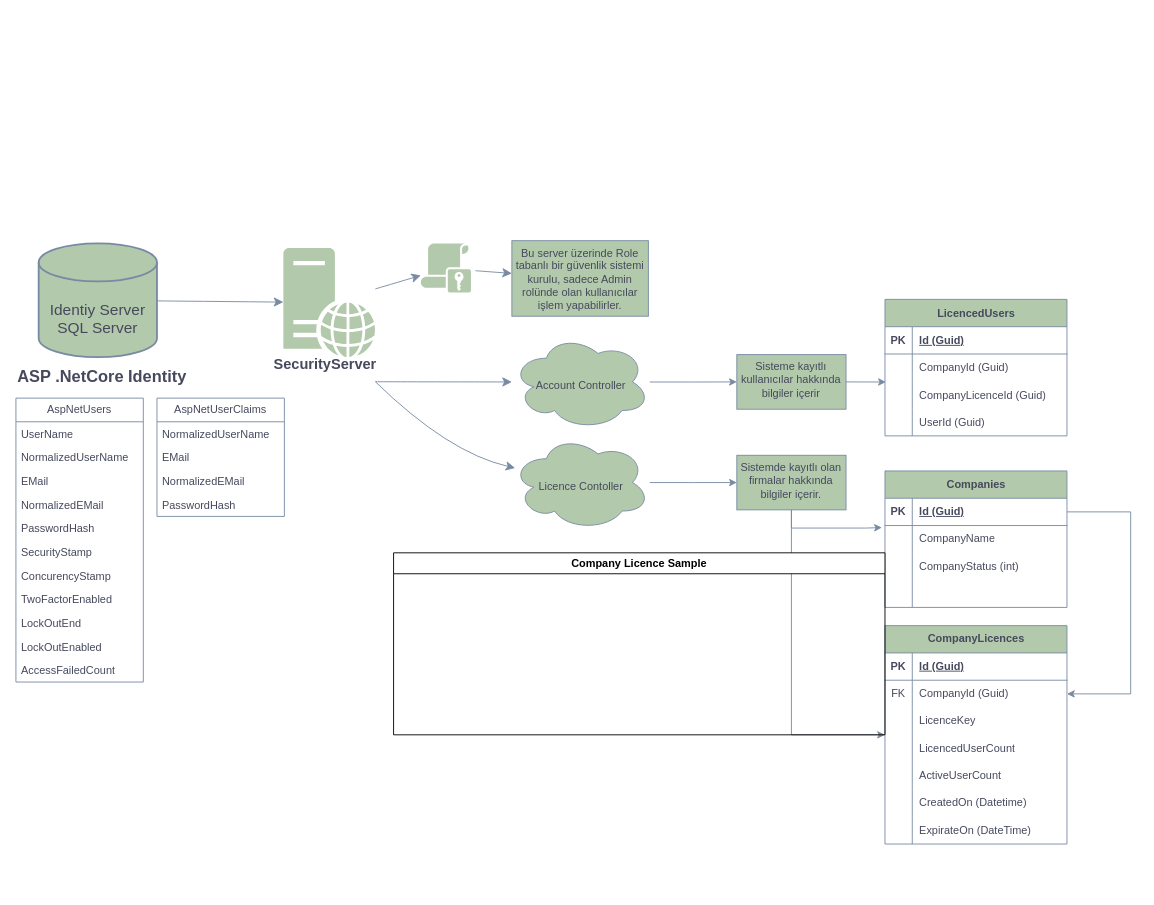
This is Başlıksız Diyagram.drawio from gvardal/drawio, a draw.io file, before an edit. Source tidied: cells renumbered, new cells numbered last; positions are measured from the earlier drawing's top-left corner, leaving out a move shared by most shapes. Both pictures are drawn from the tidied source at 91%, with x=0, y=0 at pixel (15, 240).
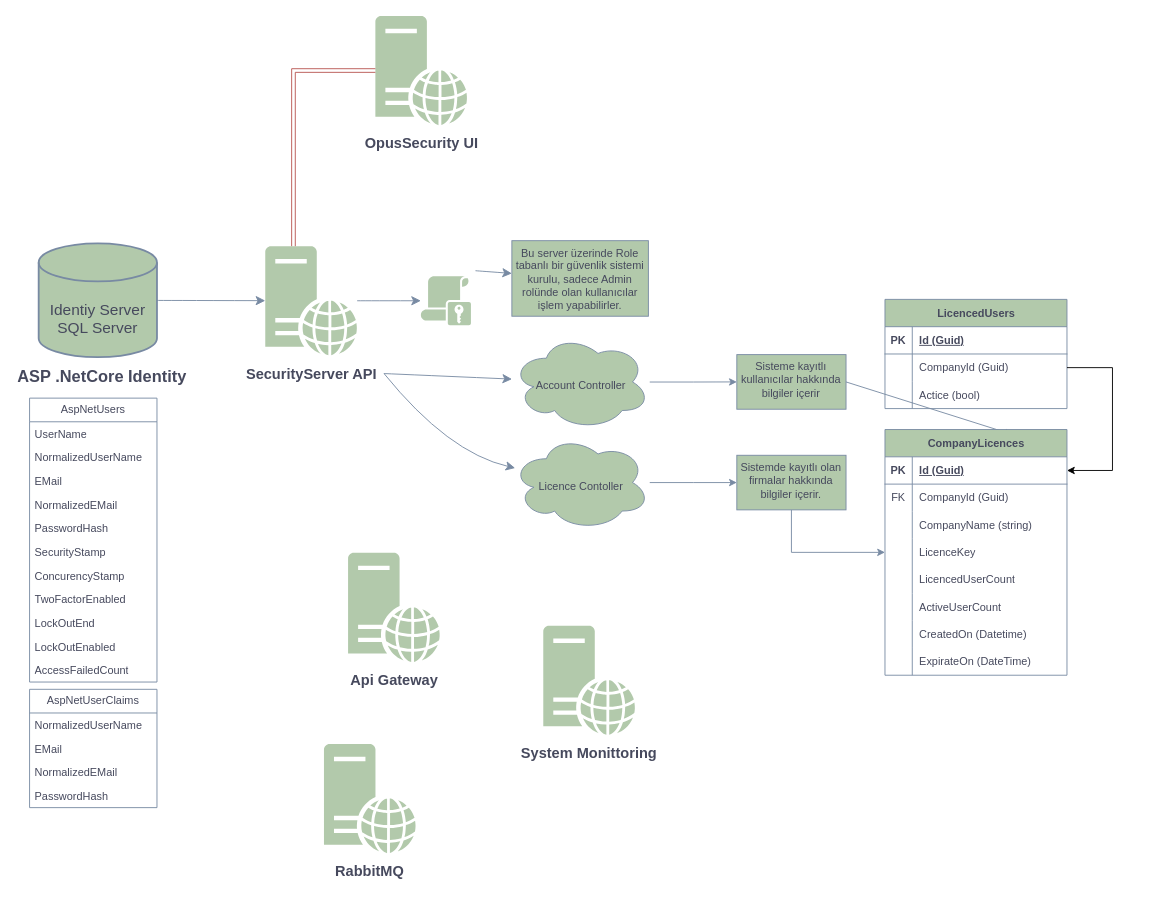
The same diagram, later.

Unchanged cells that the change refers to:
```xml
<mxCell id="31" value="&lt;div&gt;&lt;br&gt;&lt;/div&gt;&lt;div&gt;&lt;br&gt;&lt;/div&gt;&lt;div&gt;&lt;br&gt;&lt;/div&gt;&lt;div&gt;Account Controller&lt;/div&gt;" style="ellipse;shape=cloud;whiteSpace=wrap;html=1;verticalAlign=top;fillColor=#B2C9AB;strokeColor=#788AA3;sketch=0;shadow=0;dashed=0;labelBackgroundColor=none;fontColor=#46495D;" parent="1" vertex="1">
  <mxGeometry x="545" y="103" width="151.5" height="104.5" as="geometry" />
</mxCell>
<mxCell id="33" value="&lt;div&gt;&lt;br&gt;&lt;/div&gt;&lt;div&gt;&lt;br&gt;&lt;/div&gt;&lt;div&gt;&lt;br&gt;&lt;/div&gt;&lt;div&gt;Licence Contoller&lt;/div&gt;" style="ellipse;shape=cloud;whiteSpace=wrap;html=1;verticalAlign=top;fillColor=#B2C9AB;strokeColor=#788AA3;sketch=0;shadow=0;dashed=0;labelBackgroundColor=none;fontColor=#46495D;" parent="1" vertex="1">
  <mxGeometry x="545" y="213.5" width="151.5" height="104.5" as="geometry" />
</mxCell>
<mxCell id="34" value="Sisteme kayıtlı kullanıcılar hakkında bilgiler içerir" style="whiteSpace=wrap;html=1;verticalAlign=top;fillColor=#B2C9AB;strokeColor=#788AA3;fontColor=#46495D;sketch=0;shadow=0;dashed=0;labelBackgroundColor=none;" parent="1" vertex="1">
  <mxGeometry x="792.2" y="125.2" width="120" height="60" as="geometry" />
</mxCell>
<mxCell id="37" value="Sistemde kayıtlı olan firmalar hakkında bilgiler içerir." style="whiteSpace=wrap;html=1;verticalAlign=top;fillColor=#B2C9AB;strokeColor=#788AA3;fontColor=#46495D;sketch=0;shadow=0;dashed=0;labelBackgroundColor=none;" parent="1" vertex="1">
  <mxGeometry x="792.2" y="235.8" width="120" height="60" as="geometry" />
</mxCell>
<mxCell id="55" style="shape=tableRow;horizontal=0;startSize=0;swimlaneHead=0;swimlaneBody=0;fillColor=none;points=[[0,0.5],[1,0.5]];portConstraint=eastwest;top=0;left=0;right=0;bottom=0;labelBackgroundColor=none;strokeColor=#788AA3;fontColor=#46495D;" parent="51" vertex="1">
  <mxGeometry y="60" width="200" height="30" as="geometry" />
</mxCell>
<mxCell id="67" style="shape=tableRow;horizontal=0;startSize=0;swimlaneHead=0;swimlaneBody=0;fillColor=none;points=[[0,0.5],[1,0.5]];portConstraint=eastwest;top=0;left=0;right=0;bottom=1;labelBackgroundColor=none;strokeColor=#788AA3;fontColor=#46495D;" parent="66" vertex="1">
  <mxGeometry y="30" width="200" height="30" as="geometry" />
</mxCell>
<mxCell id="70" style="shape=tableRow;horizontal=0;startSize=0;swimlaneHead=0;swimlaneBody=0;fillColor=none;points=[[0,0.5],[1,0.5]];portConstraint=eastwest;top=0;left=0;right=0;bottom=0;labelBackgroundColor=none;strokeColor=#788AA3;fontColor=#46495D;" parent="66" vertex="1">
  <mxGeometry y="60" width="200" height="30" as="geometry" />
</mxCell>
```

Change to the diagram source:
```diff
@@
     <mxCell id="5" value="AspNetUsers" style="swimlane;fontStyle=0;horizontal=1;startSize=26;fillColor=none;whiteSpace=wrap;html=1;comic=0;labelBackgroundColor=none;strokeColor=#788AA3;fontColor=#46495D;" parent="1" vertex="1">
-      <mxGeometry y="173" width="140" height="312" as="geometry" />
+      <mxGeometry x="15" y="173" width="140" height="312" as="geometry" />
     </mxCell>
@@
     <mxCell id="17" value="AspNetUserClaims" style="swimlane;fontStyle=0;horizontal=1;startSize=26;fillColor=none;whiteSpace=wrap;html=1;comic=0;labelBackgroundColor=none;strokeColor=#788AA3;fontColor=#46495D;" parent="1" vertex="1">
-      <mxGeometry x="155" y="173" width="140" height="130" as="geometry" />
+      <mxGeometry x="15" y="493" width="140" height="130" as="geometry" />
     </mxCell>
@@
-    <mxCell id="22" value="SecurityServer" style="text;strokeColor=none;fillColor=none;html=1;align=center;verticalAlign=middle;whiteSpace=wrap;rounded=0;fontSize=16;fontStyle=1;labelBackgroundColor=none;fontColor=#46495D;" parent="1" vertex="1">
-      <mxGeometry x="285" y="115" width="110" height="40" as="geometry" />
-    </mxCell>
@@
-    <mxCell id="24" style="sketch=0;shadow=0;dashed=0;html=1;strokeColor=none;fillColor=#B2C9AB;labelPosition=center;verticalLabelPosition=bottom;verticalAlign=top;outlineConnect=0;align=center;shape=mxgraph.office.servers.web_server;labelBackgroundColor=none;fontColor=#46495D;" parent="1" vertex="1">
-      <mxGeometry x="293.9" y="8" width="101" height="120" as="geometry" />
-    </mxCell>
@@
     <mxCell id="26" style="sketch=0;shadow=0;dashed=0;html=1;strokeColor=none;fillColor=#B2C9AB;labelPosition=center;verticalLabelPosition=bottom;verticalAlign=top;outlineConnect=0;align=center;shape=mxgraph.office.security.role_assignment_policy;labelBackgroundColor=none;fontColor=#46495D;" parent="1" vertex="1">
-      <mxGeometry x="445" y="3" width="55" height="54" as="geometry" />
+      <mxGeometry x="445" y="39" width="55" height="54" as="geometry" />
     </mxCell>
@@
-    <mxCell id="28" style="edgeStyle=none;curved=1;rounded=0;jettySize=auto;html=1;fontSize=12;startSize=8;endSize=8;exitX=1;exitY=1;exitDx=0;exitDy=0;labelBackgroundColor=none;strokeColor=#788AA3;fontColor=default;" parent="1" edge="1" source="22" target="31">
+    <mxCell id="28" style="edgeStyle=none;curved=1;rounded=0;jettySize=auto;html=1;fontSize=12;startSize=8;endSize=8;labelBackgroundColor=none;strokeColor=#788AA3;fontColor=default;exitX=1;exitY=0.5;exitDx=0;exitDy=0;" parent="1" edge="1" source="22" target="31">
       <mxGeometry relative="1" as="geometry" />
     </mxCell>
-    <mxCell id="29" style="edgeStyle=none;curved=1;rounded=0;jettySize=auto;html=1;fontSize=12;startSize=8;endSize=8;exitX=1;exitY=1;exitDx=0;exitDy=0;labelBackgroundColor=none;strokeColor=#788AA3;fontColor=default;" parent="1" edge="1" source="22" target="33">
+    <mxCell id="29" style="edgeStyle=none;curved=1;rounded=0;jettySize=auto;html=1;fontSize=12;startSize=8;endSize=8;labelBackgroundColor=none;strokeColor=#788AA3;fontColor=default;exitX=1;exitY=0.5;exitDx=0;exitDy=0;" parent="1" edge="1" source="22" target="33">
       <mxGeometry relative="1" as="geometry">
         <Array as="points">
           <mxPoint x="475" y="233" />
         </Array>
       </mxGeometry>
     </mxCell>
@@
-    <mxCell id="35" style="edgeStyle=orthogonalEdgeStyle;rounded=0;jettySize=auto;html=1;strokeColor=#788AA3;fontColor=default;fillColor=#B2C9AB;entryX=-0.017;entryY=0.075;entryDx=0;entryDy=0;entryPerimeter=0;labelBackgroundColor=none;" parent="1" edge="1" source="37" target="42">
-      <mxGeometry relative="1" as="geometry" />
-    </mxCell>
@@
-    <mxCell id="38" value="Companies" style="shape=table;startSize=30;childLayout=tableLayout;rowLines=0;fontStyle=1;align=center;html=1;labelBackgroundColor=none;fillColor=#B2C9AB;strokeColor=#788AA3;fontColor=#46495D;" parent="1" vertex="1">
-      <mxGeometry x="955" y="253" width="200" height="150" as="geometry" />
-    </mxCell>
-    <mxCell id="39" style="shape=tableRow;horizontal=0;startSize=0;swimlaneHead=0;swimlaneBody=0;fillColor=none;points=[[0,0.5],[1,0.5]];portConstraint=eastwest;top=0;left=0;right=0;bottom=1;labelBackgroundColor=none;strokeColor=#788AA3;fontColor=#46495D;" parent="38" vertex="1">
-      <mxGeometry y="30" width="200" height="30" as="geometry" />
-    </mxCell>
-    <mxCell id="40" value="PK" style="shape=partialRectangle;fillColor=none;top=0;left=0;bottom=0;right=0;fontStyle=1;overflow=hidden;whiteSpace=wrap;html=1;labelBackgroundColor=none;strokeColor=#788AA3;fontColor=#46495D;" parent="39" vertex="1">
-      <mxGeometry width="30" height="30" as="geometry" />
-    </mxCell>
-    <mxCell id="41" value="Id (Guid)" style="shape=partialRectangle;fillColor=none;top=0;left=0;bottom=0;right=0;align=left;spacingLeft=6;fontStyle=5;overflow=hidden;whiteSpace=wrap;html=1;labelBackgroundColor=none;strokeColor=#788AA3;fontColor=#46495D;" parent="39" vertex="1">
-      <mxGeometry x="30" width="170" height="30" as="geometry" />
-    </mxCell>
-    <mxCell id="42" style="shape=tableRow;horizontal=0;startSize=0;swimlaneHead=0;swimlaneBody=0;fillColor=none;points=[[0,0.5],[1,0.5]];portConstraint=eastwest;top=0;left=0;right=0;bottom=0;labelBackgroundColor=none;strokeColor=#788AA3;fontColor=#46495D;" parent="38" vertex="1">
-      <mxGeometry y="60" width="200" height="30" as="geometry" />
-    </mxCell>
-    <mxCell id="43" style="shape=partialRectangle;fillColor=none;top=0;left=0;bottom=0;right=0;overflow=hidden;whiteSpace=wrap;html=1;labelBackgroundColor=none;strokeColor=#788AA3;fontColor=#46495D;" parent="42" vertex="1">
-      <mxGeometry width="30" height="30" as="geometry" />
-    </mxCell>
-    <mxCell id="44" value="CompanyName" style="shape=partialRectangle;fillColor=none;top=0;left=0;bottom=0;right=0;align=left;spacingLeft=6;overflow=hidden;whiteSpace=wrap;html=1;labelBackgroundColor=none;strokeColor=#788AA3;fontColor=#46495D;" parent="42" vertex="1">
-      <mxGeometry x="30" width="170" height="30" as="geometry" />
-    </mxCell>
-    <mxCell id="45" style="shape=tableRow;horizontal=0;startSize=0;swimlaneHead=0;swimlaneBody=0;fillColor=none;top=0;left=0;right=0;bottom=0;labelBackgroundColor=none;strokeColor=#788AA3;fontColor=#46495D;" parent="38" vertex="1">
-      <mxGeometry y="90" width="200" height="30" as="geometry" />
-    </mxCell>
-    <mxCell id="46" style="shape=partialRectangle;fillColor=none;top=0;left=0;bottom=0;right=0;overflow=hidden;whiteSpace=wrap;html=1;labelBackgroundColor=none;strokeColor=#788AA3;fontColor=#46495D;" parent="45" vertex="1">
-      <mxGeometry width="30" height="30" as="geometry" />
-    </mxCell>
-    <mxCell id="47" value="CompanyStatus (int)" style="shape=partialRectangle;fillColor=none;top=0;left=0;bottom=0;right=0;align=left;spacingLeft=6;overflow=hidden;whiteSpace=wrap;html=1;labelBackgroundColor=none;strokeColor=#788AA3;fontColor=#46495D;" parent="45" vertex="1">
-      <mxGeometry x="30" width="170" height="30" as="geometry" />
-    </mxCell>
-    <mxCell id="48" style="shape=tableRow;horizontal=0;startSize=0;swimlaneHead=0;swimlaneBody=0;fillColor=none;top=0;left=0;right=0;bottom=0;labelBackgroundColor=none;strokeColor=#788AA3;fontColor=#46495D;" parent="38" vertex="1">
-      <mxGeometry y="120" width="200" height="30" as="geometry" />
-    </mxCell>
-    <mxCell id="49" style="shape=partialRectangle;fillColor=none;top=0;left=0;bottom=0;right=0;overflow=hidden;whiteSpace=wrap;html=1;labelBackgroundColor=none;strokeColor=#788AA3;fontColor=#46495D;" parent="48" vertex="1">
-      <mxGeometry width="30" height="30" as="geometry" />
-    </mxCell>
-    <mxCell id="50" style="shape=partialRectangle;fillColor=none;top=0;left=0;bottom=0;right=0;align=left;spacingLeft=6;overflow=hidden;whiteSpace=wrap;html=1;labelBackgroundColor=none;strokeColor=#788AA3;fontColor=#46495D;" parent="48" vertex="1">
-      <mxGeometry x="30" width="170" height="30" as="geometry" />
-    </mxCell>
     <mxCell id="51" value="LicencedUsers" style="shape=table;startSize=30;childLayout=tableLayout;rowLines=0;fontStyle=1;align=center;html=1;labelBackgroundColor=none;fillColor=#B2C9AB;strokeColor=#788AA3;fontColor=#46495D;" parent="1" vertex="1">
-      <mxGeometry x="955" y="64.5" width="200" height="150" as="geometry" />
+      <mxGeometry x="955" y="64.5" width="200" height="120" as="geometry" />
     </mxCell>
@@
-    <mxCell id="58" style="shape=tableRow;horizontal=0;startSize=0;swimlaneHead=0;swimlaneBody=0;fillColor=none;points=[[0,0.5],[1,0.5]];portConstraint=eastwest;top=0;left=0;right=0;bottom=0;labelBackgroundColor=none;strokeColor=#788AA3;fontColor=#46495D;" parent="51" vertex="1">
-      <mxGeometry y="90" width="200" height="30" as="geometry" />
-    </mxCell>
-    <mxCell id="59" style="shape=partialRectangle;fillColor=none;top=0;left=0;bottom=0;right=0;overflow=hidden;whiteSpace=wrap;html=1;labelBackgroundColor=none;strokeColor=#788AA3;fontColor=#46495D;" parent="58" vertex="1">
-      <mxGeometry width="30" height="30" as="geometry" />
-    </mxCell>
-    <mxCell id="60" value="CompanyLicenceId (Guid)" style="shape=partialRectangle;fillColor=none;top=0;left=0;bottom=0;right=0;align=left;spacingLeft=6;overflow=hidden;whiteSpace=wrap;html=1;labelBackgroundColor=none;strokeColor=#788AA3;fontColor=#46495D;" parent="58" vertex="1">
-      <mxGeometry x="30" width="170" height="30" as="geometry" />
-    </mxCell>
     <mxCell id="61" style="shape=tableRow;horizontal=0;startSize=0;swimlaneHead=0;swimlaneBody=0;fillColor=none;top=0;left=0;right=0;bottom=0;labelBackgroundColor=none;strokeColor=#788AA3;fontColor=#46495D;" parent="51" vertex="1">
-      <mxGeometry y="120" width="200" height="30" as="geometry" />
+      <mxGeometry y="90" width="200" height="30" as="geometry" />
     </mxCell>
@@
-    <mxCell id="63" value="UserId (Guid)" style="shape=partialRectangle;fillColor=none;top=0;left=0;bottom=0;right=0;align=left;spacingLeft=6;overflow=hidden;whiteSpace=wrap;html=1;labelBackgroundColor=none;strokeColor=#788AA3;fontColor=#46495D;" parent="61" vertex="1">
+    <mxCell id="63" value="Actice (bool)" style="shape=partialRectangle;fillColor=none;top=0;left=0;bottom=0;right=0;align=left;spacingLeft=6;overflow=hidden;whiteSpace=wrap;html=1;labelBackgroundColor=none;strokeColor=#788AA3;fontColor=#46495D;" parent="61" vertex="1">
       <mxGeometry x="30" width="170" height="30" as="geometry" />
     </mxCell>
-    <mxCell id="64" style="endArrow=classic;html=1;rounded=0;strokeColor=#788AA3;fontColor=default;fillColor=#B2C9AB;exitX=1;exitY=0.5;exitDx=0;exitDy=0;entryX=0.005;entryY=0.026;entryDx=0;entryDy=0;entryPerimeter=0;labelBackgroundColor=none;" parent="1" edge="1" source="34" target="58">
-      <mxGeometry relative="1" as="geometry" />
+    <mxCell id="64" style="endArrow=classic;html=1;rounded=0;strokeColor=#788AA3;fontColor=default;fillColor=#B2C9AB;exitX=1;exitY=0.5;exitDx=0;exitDy=0;entryX=0.005;entryY=0.026;entryDx=0;entryDy=0;entryPerimeter=0;labelBackgroundColor=none;" parent="1" edge="1" source="34">
+      <mxGeometry relative="1" as="geometry">
+        <mxPoint x="1095" y="213" as="targetPoint" />
+      </mxGeometry>
     </mxCell>
-    <mxCell id="65" style="edgeStyle=orthogonalEdgeStyle;rounded=0;jettySize=auto;html=1;entryX=1;entryY=0.5;entryDx=0;entryDy=0;strokeColor=#788AA3;fontColor=default;fillColor=#B2C9AB;labelBackgroundColor=none;" parent="1" edge="1" target="39">
-      <mxGeometry relative="1" as="geometry">
-        <Array as="points">
-          <mxPoint x="1215" y="110" />
-          <mxPoint x="1215" y="284" />
-        </Array>
-      </mxGeometry>
-    </mxCell>
     <mxCell id="66" value="CompanyLicences" style="shape=table;startSize=30;childLayout=tableLayout;rowLines=0;fontStyle=1;align=center;html=1;labelBackgroundColor=none;fillColor=#B2C9AB;strokeColor=#788AA3;fontColor=#46495D;" parent="1" vertex="1">
-      <mxGeometry x="955" y="423" width="200" height="240" as="geometry" />
+      <mxGeometry x="955" y="207.5" width="200" height="270" as="geometry" />
     </mxCell>
@@
+    <mxCell id="90" style="shape=tableRow;horizontal=0;startSize=0;swimlaneHead=0;swimlaneBody=0;fillColor=none;top=0;left=0;right=0;bottom=0;labelBackgroundColor=none;strokeColor=#788AA3;fontColor=#46495D;" parent="66" vertex="1">
+      <mxGeometry y="90" width="200" height="30" as="geometry" />
+    </mxCell>
+    <mxCell id="91" style="shape=partialRectangle;fillColor=none;top=0;left=0;bottom=0;right=0;overflow=hidden;whiteSpace=wrap;html=1;labelBackgroundColor=none;strokeColor=#788AA3;fontColor=#46495D;" parent="90" vertex="1">
+      <mxGeometry width="30" height="30" as="geometry" />
+    </mxCell>
+    <mxCell id="92" value="CompanyName (string)" style="shape=partialRectangle;fillColor=none;top=0;left=0;bottom=0;right=0;align=left;spacingLeft=6;overflow=hidden;whiteSpace=wrap;html=1;labelBackgroundColor=none;strokeColor=#788AA3;fontColor=#46495D;" parent="90" vertex="1">
+      <mxGeometry x="30" width="170" height="30" as="geometry" />
+    </mxCell>
     <mxCell id="73" style="shape=tableRow;horizontal=0;startSize=0;swimlaneHead=0;swimlaneBody=0;fillColor=none;top=0;left=0;right=0;bottom=0;labelBackgroundColor=none;strokeColor=#788AA3;fontColor=#46495D;" parent="66" vertex="1">
-      <mxGeometry y="90" width="200" height="30" as="geometry" />
+      <mxGeometry y="120" width="200" height="30" as="geometry" />
     </mxCell>
@@
     <mxCell id="76" style="shape=tableRow;horizontal=0;startSize=0;swimlaneHead=0;swimlaneBody=0;fillColor=none;top=0;left=0;right=0;bottom=0;labelBackgroundColor=none;strokeColor=#788AA3;fontColor=#46495D;" parent="66" vertex="1">
-      <mxGeometry y="120" width="200" height="30" as="geometry" />
+      <mxGeometry y="150" width="200" height="30" as="geometry" />
     </mxCell>
@@
     <mxCell id="79" style="shape=tableRow;horizontal=0;startSize=0;swimlaneHead=0;swimlaneBody=0;fillColor=none;top=0;left=0;right=0;bottom=0;labelBackgroundColor=none;strokeColor=#788AA3;fontColor=#46495D;" parent="66" vertex="1">
-      <mxGeometry y="150" width="200" height="30" as="geometry" />
+      <mxGeometry y="180" width="200" height="30" as="geometry" />
     </mxCell>
@@
     <mxCell id="82" style="shape=tableRow;horizontal=0;startSize=0;swimlaneHead=0;swimlaneBody=0;fillColor=none;top=0;left=0;right=0;bottom=0;labelBackgroundColor=none;strokeColor=#788AA3;fontColor=#46495D;" parent="66" vertex="1">
-      <mxGeometry y="180" width="200" height="30" as="geometry" />
+      <mxGeometry y="210" width="200" height="30" as="geometry" />
     </mxCell>
@@
     <mxCell id="85" style="shape=tableRow;horizontal=0;startSize=0;swimlaneHead=0;swimlaneBody=0;fillColor=none;top=0;left=0;right=0;bottom=0;labelBackgroundColor=none;strokeColor=#788AA3;fontColor=#46495D;" parent="66" vertex="1">
-      <mxGeometry y="210" width="200" height="30" as="geometry" />
+      <mxGeometry y="240" width="200" height="30" as="geometry" />
     </mxCell>
@@
-    <mxCell id="88" style="edgeStyle=orthogonalEdgeStyle;rounded=0;jettySize=auto;html=1;entryX=1;entryY=0.5;entryDx=0;entryDy=0;strokeColor=#788AA3;fontColor=#46495D;fillColor=#B2C9AB;" parent="1" edge="1" source="39" target="70">
-      <mxGeometry relative="1" as="geometry">
-        <Array as="points">
-          <mxPoint x="1225" y="298" />
-          <mxPoint x="1225" y="498" />
-        </Array>
-      </mxGeometry>
-    </mxCell>
-    <mxCell id="89" value="Company Licence Sample" style="swimlane;whiteSpace=wrap;html=1;" parent="1" vertex="1">
-      <mxGeometry x="415" y="343" width="540" height="200" as="geometry" />
-    </mxCell>
+    <mxCell id="93" style="edgeStyle=orthogonalEdgeStyle;rounded=0;jettySize=auto;html=1;entryX=1;entryY=0.5;entryDx=0;entryDy=0;" parent="1" edge="1" source="55" target="67">
+      <mxGeometry relative="1" as="geometry">
+        <Array as="points">
+          <mxPoint x="1205" y="139.5" />
+          <mxPoint x="1205" y="253" />
+        </Array>
+      </mxGeometry>
+    </mxCell>
+    <mxCell id="94" style="group;" parent="1" vertex="1">
+      <mxGeometry x="334" y="553" width="110" height="160" as="geometry" />
+    </mxCell>
+    <mxCell id="95" style="sketch=0;shadow=0;dashed=0;html=1;strokeColor=none;fillColor=#B2C9AB;labelPosition=center;verticalLabelPosition=bottom;verticalAlign=top;align=center;shape=mxgraph.office.servers.web_server;labelBackgroundColor=none;fontColor=#46495D;" parent="94" vertex="1">
+      <mxGeometry x="4.5" width="101" height="120" as="geometry" />
+    </mxCell>
+    <mxCell id="96" value="RabbitMQ" style="text;strokeColor=none;fillColor=none;html=1;align=center;verticalAlign=middle;whiteSpace=wrap;rounded=0;fontSize=16;fontStyle=1;labelBackgroundColor=none;fontColor=#46495D;" parent="94" vertex="1">
+      <mxGeometry y="120" width="110" height="40" as="geometry" />
+    </mxCell>
+    <mxCell id="97" style="group;" parent="1" vertex="1">
+      <mxGeometry x="360.5" y="343" width="110" height="160" as="geometry" />
+    </mxCell>
+    <mxCell id="98" style="sketch=0;shadow=0;dashed=0;html=1;strokeColor=none;fillColor=#B2C9AB;labelPosition=center;verticalLabelPosition=bottom;verticalAlign=top;align=center;shape=mxgraph.office.servers.web_server;labelBackgroundColor=none;fontColor=#46495D;" parent="97" vertex="1">
+      <mxGeometry x="4.5" width="101" height="120" as="geometry" />
+    </mxCell>
+    <mxCell id="99" value="Api Gateway" style="text;strokeColor=none;fillColor=none;html=1;align=center;verticalAlign=middle;whiteSpace=wrap;rounded=0;fontSize=16;fontStyle=1;labelBackgroundColor=none;fontColor=#46495D;" parent="97" vertex="1">
+      <mxGeometry y="120" width="110" height="40" as="geometry" />
+    </mxCell>
+    <mxCell id="100" style="group;" parent="1" vertex="1">
+      <mxGeometry x="545" y="423" width="170" height="160" as="geometry" />
+    </mxCell>
+    <mxCell id="101" style="sketch=0;shadow=0;dashed=0;html=1;strokeColor=none;fillColor=#B2C9AB;labelPosition=center;verticalLabelPosition=bottom;verticalAlign=top;align=center;shape=mxgraph.office.servers.web_server;labelBackgroundColor=none;fontColor=#46495D;" parent="100" vertex="1">
+      <mxGeometry x="34.5" width="101" height="120" as="geometry" />
+    </mxCell>
+    <mxCell id="102" value="System Monittoring" style="text;strokeColor=none;fillColor=none;html=1;align=center;verticalAlign=middle;whiteSpace=wrap;rounded=0;fontSize=16;fontStyle=1;labelBackgroundColor=none;fontColor=#46495D;" parent="100" vertex="1">
+      <mxGeometry y="120" width="170" height="40" as="geometry" />
+    </mxCell>
+    <mxCell id="103" style="group;" parent="1" vertex="1">
+      <mxGeometry x="360.5" y="-247" width="170" height="160" as="geometry" />
+    </mxCell>
+    <mxCell id="104" style="sketch=0;shadow=0;dashed=0;html=1;strokeColor=none;fillColor=#B2C9AB;labelPosition=center;verticalLabelPosition=bottom;verticalAlign=top;outlineConnect=0;align=center;shape=mxgraph.office.servers.web_server;labelBackgroundColor=none;fontColor=#46495D;" parent="103" vertex="1">
+      <mxGeometry x="34.5" width="101" height="120" as="geometry" />
+    </mxCell>
+    <mxCell id="105" value="OpusSecurity UI" style="text;strokeColor=none;fillColor=none;html=1;align=center;verticalAlign=middle;whiteSpace=wrap;rounded=0;fontSize=16;fontStyle=1;labelBackgroundColor=none;fontColor=#46495D;" parent="103" vertex="1">
+      <mxGeometry y="120" width="170" height="40" as="geometry" />
+    </mxCell>
+    <mxCell id="106" style="group;" parent="1" vertex="1">
+      <mxGeometry x="244.5" y="6" width="160" height="160" as="geometry" />
+    </mxCell>
+    <mxCell id="22" value="SecurityServer API" style="text;strokeColor=none;fillColor=none;html=1;align=center;verticalAlign=middle;whiteSpace=wrap;rounded=0;fontSize=16;fontStyle=1;labelBackgroundColor=none;fontColor=#46495D;" parent="106" vertex="1">
+      <mxGeometry y="120" width="160" height="40" as="geometry" />
+    </mxCell>
+    <mxCell id="24" style="sketch=0;shadow=0;dashed=0;html=1;strokeColor=none;fillColor=#B2C9AB;labelPosition=center;verticalLabelPosition=bottom;verticalAlign=top;outlineConnect=0;align=center;shape=mxgraph.office.servers.web_server;labelBackgroundColor=none;fontColor=#46495D;" parent="106" vertex="1">
+      <mxGeometry x="29.5" width="101" height="120" as="geometry" />
+    </mxCell>
+    <mxCell id="107" style="edgeStyle=orthogonalEdgeStyle;rounded=0;jettySize=auto;html=1;shape=link;flowAnimation=1;fillColor=#f8cecc;strokeColor=#b85450;" parent="1" edge="1" source="24" target="104">
+      <mxGeometry relative="1" as="geometry">
+        <Array as="points">
+          <mxPoint x="305" y="-187" />
+        </Array>
+      </mxGeometry>
+    </mxCell>
```
